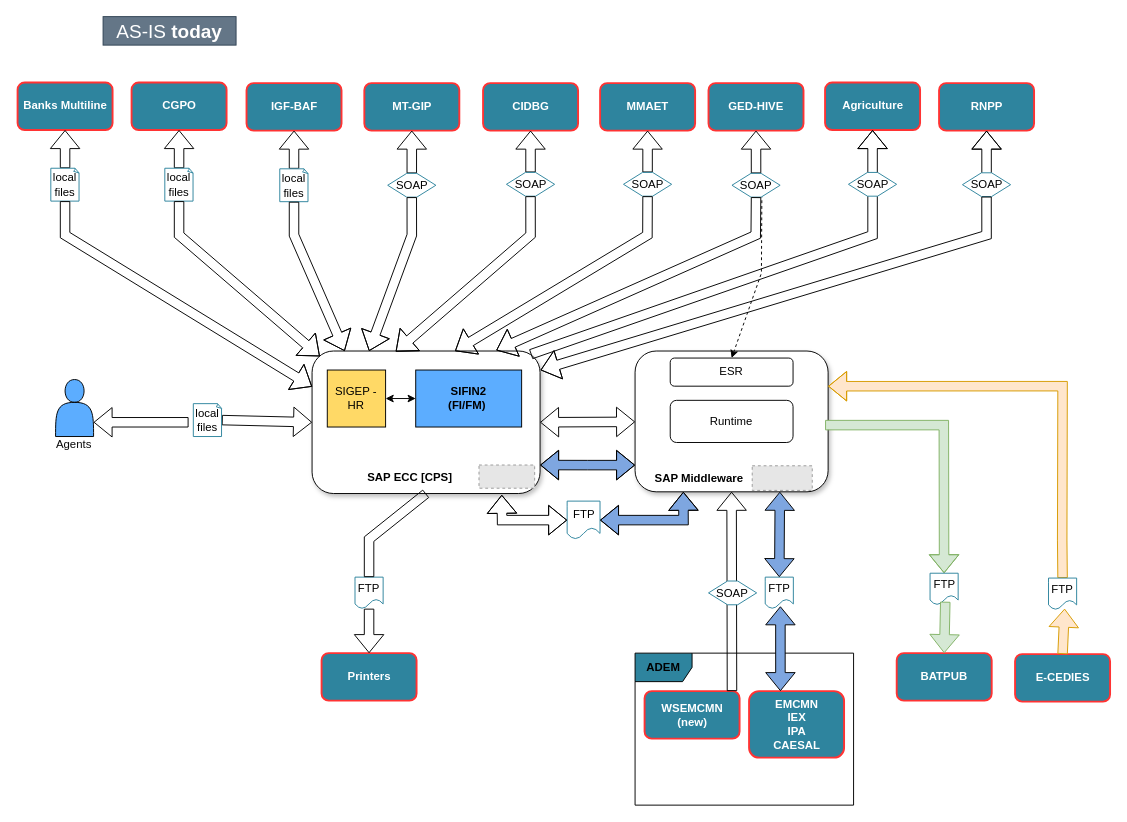
Above: page "AsIs-Detailed" (4 of 6) of my_diagram.drawio in efelman/my_diagrams (draw.io), before the change. Source tidied: cells renumbered, new cells numbered last; positions are measured from the earlier drawing's top-left corner, leaving out a move shared by most shapes. Both pictures are drawn from the tidied source at 95%, with x=0, y=0 at pixel (17, 16). Pictures stored in the file or linked from it are replaced by grey dashed boxes.
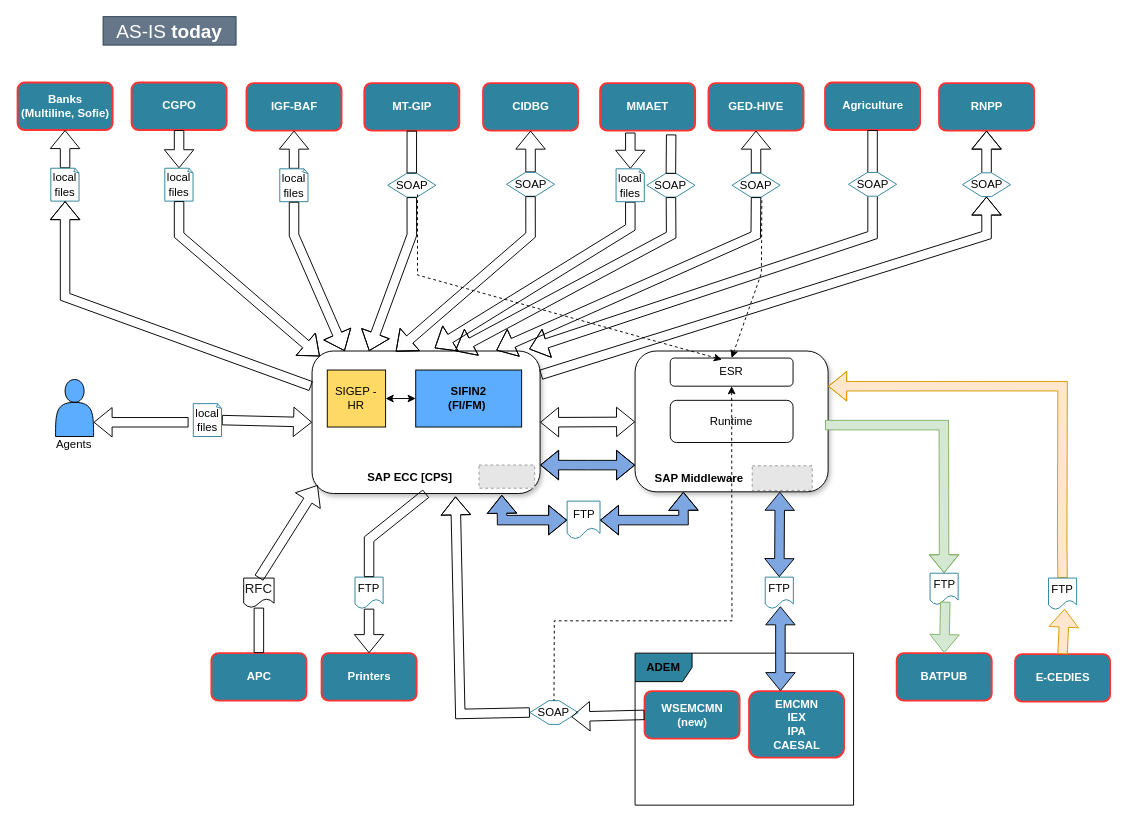
Above is the later version.

Unchanged cells that the change refers to:
```xml
<mxCell id="3" style="group;" parent="1" vertex="1">
  <mxGeometry x="310" y="250" width="550" height="250.2" as="geometry" />
</mxCell>
<mxCell id="5" style="rounded=1;whiteSpace=wrap;html=1;shadow=1;" parent="4" vertex="1">
  <mxGeometry width="203.2" height="148.2" as="geometry" />
</mxCell>
<mxCell id="7" value="ESR" style="rounded=1;whiteSpace=wrap;html=1;" parent="4" vertex="1">
  <mxGeometry x="37" y="7.4" width="129.3" height="29.6" as="geometry" />
</mxCell>
<mxCell id="15" style="rounded=1;whiteSpace=wrap;html=1;shadow=1;glass=0;sketch=0;" parent="14" vertex="1">
  <mxGeometry width="240" height="150" as="geometry" />
</mxCell>
<mxCell id="21" value="&lt;font color=&quot;#ffffff&quot;&gt;MT-GIP&lt;/font&gt;" style="dashed=0;html=1;rounded=1;fillColor=#2E849E;strokeColor=#FF3333;fontSize=12;align=center;fontStyle=1;strokeWidth=2;fontColor=#42526E;" parent="1" vertex="1">
  <mxGeometry x="365" y="70" width="100" height="50" as="geometry" />
</mxCell>
<mxCell id="23" value="SOAP" style="shape=hexagon;perimeter=hexagonPerimeter2;whiteSpace=wrap;html=1;fixedSize=1;strokeColor=#2E849E;" parent="1" vertex="1">
  <mxGeometry x="389.6" y="165" width="50.7" height="25" as="geometry" />
</mxCell>
<mxCell id="32" value="&lt;font color=&quot;#ffffff&quot;&gt;MMAET&lt;/font&gt;" style="dashed=0;html=1;rounded=1;fillColor=#2E849E;strokeColor=#FF3333;fontSize=12;align=center;fontStyle=1;strokeWidth=2;fontColor=#42526E;" parent="1" vertex="1">
  <mxGeometry x="613.2" y="70" width="100" height="50" as="geometry" />
</mxCell>
<mxCell id="36" value="&lt;font color=&quot;#ffffff&quot;&gt;CGPO&lt;/font&gt;" style="dashed=0;html=1;rounded=1;fillColor=#2E849E;strokeColor=#FF3333;fontSize=12;align=center;fontStyle=1;strokeWidth=2;fontColor=#42526E;" parent="1" vertex="1">
  <mxGeometry x="120" y="69.4" width="100" height="50" as="geometry" />
</mxCell>
<mxCell id="38" value="local files" style="whiteSpace=wrap;html=1;shape=mxgraph.basic.document;strokeColor=#2E849E;" parent="1" vertex="1">
  <mxGeometry x="155" y="159.6" width="30" height="34.6" as="geometry" />
</mxCell>
<mxCell id="42" value="local files" style="whiteSpace=wrap;html=1;shape=mxgraph.basic.document;strokeColor=#2E849E;" parent="1" vertex="1">
  <mxGeometry x="35" y="159.6" width="30" height="34.6" as="geometry" />
</mxCell>
<mxCell id="51" value="&lt;font color=&quot;#ffffff&quot;&gt;WSEMCMN&lt;br&gt;(new)&lt;/font&gt;" style="dashed=0;html=1;rounded=1;fillColor=#2E849E;strokeColor=#FF3333;fontSize=12;align=center;fontStyle=1;strokeWidth=2;fontColor=#42526E;" parent="49" vertex="1">
  <mxGeometry x="10" y="40" width="100" height="50" as="geometry" />
</mxCell>
<mxCell id="57" value="&lt;font color=&quot;#ffffff&quot;&gt;Agriculture&lt;/font&gt;" style="dashed=0;html=1;rounded=1;fillColor=#2E849E;strokeColor=#FF3333;fontSize=12;align=center;fontStyle=1;strokeWidth=2;fontColor=#42526E;" parent="1" vertex="1">
  <mxGeometry x="850" y="69.4" width="100" height="50" as="geometry" />
</mxCell>
<mxCell id="61" value="SOAP" style="shape=hexagon;perimeter=hexagonPerimeter2;whiteSpace=wrap;html=1;fixedSize=1;strokeColor=#2E849E;" parent="1" vertex="1">
  <mxGeometry x="994.6" y="164.4" width="50.7" height="25" as="geometry" />
</mxCell>
<mxCell id="70" value="FTP" style="shape=document;whiteSpace=wrap;html=1;boundedLbl=1;fillColor=#FFFFFF;strokeColor=#2E849E;" parent="1" vertex="1">
  <mxGeometry x="578.5" y="510" width="34.6" height="40" as="geometry" />
</mxCell>
```

Change to the diagram source:
```diff
@@
+    <mxCell id="84" style="shape=flexArrow;endArrow=none;startArrow=classic;html=1;rounded=0;fontColor=#FFFFFF;exitX=0.5;exitY=0;exitDx=0;exitDy=0;entryX=0.5;entryY=1;entryDx=0;entryDy=0;entryPerimeter=0;" parent="3" edge="1" target="90">
+      <mxGeometry relative="1" as="geometry">
+        <mxPoint x="129" y="99" as="sourcePoint" />
+        <Array as="points">
+          <mxPoint x="335" y="-28" />
+        </Array>
+      </mxGeometry>
+    </mxCell>
@@
-    <mxCell id="22" style="shape=flexArrow;endArrow=classic;startArrow=none;html=1;rounded=0;fontColor=#FFFFFF;entryX=0.5;entryY=1;entryDx=0;entryDy=0;" parent="1" edge="1" source="23" target="21">
-      <mxGeometry relative="1" as="geometry" />
-    </mxCell>
@@
-    <mxCell id="33" style="shape=flexArrow;endArrow=classic;startArrow=none;html=1;rounded=0;fontColor=#FFFFFF;" parent="1" edge="1" source="34" target="32">
-      <mxGeometry relative="1" as="geometry" />
-    </mxCell>
     <mxCell id="34" value="SOAP" style="shape=hexagon;perimeter=hexagonPerimeter2;whiteSpace=wrap;html=1;fixedSize=1;strokeColor=#2E849E;" parent="1" vertex="1">
-      <mxGeometry x="637.8" y="164" width="50.7" height="25" as="geometry" />
+      <mxGeometry x="662.4" y="165" width="50.7" height="25" as="geometry" />
     </mxCell>
     <mxCell id="35" style="shape=flexArrow;endArrow=none;startArrow=classic;html=1;rounded=0;fontColor=#FFFFFF;entryX=0.5;entryY=1;entryDx=0;entryDy=0;exitX=0.627;exitY=0;exitDx=0;exitDy=0;exitPerimeter=0;" parent="1" edge="1" source="15" target="34">
       <mxGeometry relative="1" as="geometry">
         <Array as="points">
-          <mxPoint x="663" y="230" />
+          <mxPoint x="688" y="230" />
         </Array>
       </mxGeometry>
     </mxCell>
@@
-    <mxCell id="37" style="shape=flexArrow;endArrow=classic;startArrow=none;html=1;rounded=0;fontColor=#FFFFFF;entryX=0.5;entryY=1;entryDx=0;entryDy=0;exitX=0.5;exitY=0;exitDx=0;exitDy=0;exitPerimeter=0;" parent="1" edge="1" source="38" target="36">
+    <mxCell id="37" style="shape=flexArrow;endArrow=classic;startArrow=none;html=1;rounded=0;fontColor=#FFFFFF;exitX=0.5;exitY=1;exitDx=0;exitDy=0;entryX=0.5;entryY=0;entryDx=0;entryDy=0;entryPerimeter=0;" parent="1" edge="1" source="36" target="38">
       <mxGeometry relative="1" as="geometry" />
     </mxCell>
@@
-    <mxCell id="40" value="&lt;font color=&quot;#ffffff&quot;&gt;Banks Multiline&lt;/font&gt;" style="dashed=0;html=1;rounded=1;fillColor=#2E849E;strokeColor=#FF3333;fontSize=12;align=center;fontStyle=1;strokeWidth=2;fontColor=#42526E;" parent="1" vertex="1">
+    <mxCell id="40" value="&lt;font color=&quot;#ffffff&quot;&gt;Banks &lt;br&gt;(Multiline, Sofie)&lt;/font&gt;" style="dashed=0;html=1;rounded=1;fillColor=#2E849E;strokeColor=#FF3333;fontSize=12;align=center;fontStyle=1;strokeWidth=2;fontColor=#42526E;" parent="1" vertex="1">
       <mxGeometry y="69.4" width="100" height="50" as="geometry" />
     </mxCell>
@@
-    <mxCell id="43" style="shape=flexArrow;endArrow=none;startArrow=classic;html=1;rounded=0;fontColor=#FFFFFF;entryX=0.5;entryY=1;entryDx=0;entryDy=0;exitX=0;exitY=0.25;exitDx=0;exitDy=0;" parent="1" edge="1" source="15" target="42">
+    <mxCell id="43" style="shape=flexArrow;endArrow=none;startArrow=classic;html=1;rounded=0;fontColor=#FFFFFF;exitX=0.5;exitY=1;exitDx=0;exitDy=0;exitPerimeter=0;" parent="1" edge="1" source="42">
       <mxGeometry relative="1" as="geometry">
+        <mxPoint x="309" y="389" as="targetPoint" />
         <Array as="points">
-          <mxPoint x="50" y="230" />
+          <mxPoint x="50" y="295" />
         </Array>
       </mxGeometry>
     </mxCell>
@@
-    <mxCell id="58" style="shape=flexArrow;endArrow=classic;html=1;rounded=0;fontColor=#FFFFFF;entryX=0.5;entryY=1;entryDx=0;entryDy=0;exitX=0.959;exitY=0.023;exitDx=0;exitDy=0;exitPerimeter=0;" parent="1" edge="1" source="15" target="57">
+    <mxCell id="58" style="shape=flexArrow;endArrow=classic;html=1;rounded=0;fontColor=#FFFFFF;exitX=0.5;exitY=1;exitDx=0;exitDy=0;entryX=0.952;entryY=-0.013;entryDx=0;entryDy=0;entryPerimeter=0;" parent="1" edge="1" source="57" target="15">
       <mxGeometry relative="1" as="geometry">
         <Array as="points">
           <mxPoint x="900" y="230" />
         </Array>
       </mxGeometry>
     </mxCell>
@@
-    <mxCell id="62" style="shape=flexArrow;endArrow=none;startArrow=classic;html=1;rounded=0;fontColor=#FFFFFF;entryX=0.5;entryY=1;entryDx=0;entryDy=0;exitX=1.002;exitY=0.134;exitDx=0;exitDy=0;exitPerimeter=0;" parent="1" edge="1" source="15" target="61">
+    <mxCell id="62" style="shape=flexArrow;endArrow=none;startArrow=classic;html=1;rounded=0;fontColor=#FFFFFF;exitX=0.5;exitY=1;exitDx=0;exitDy=0;entryX=1.003;entryY=0.167;entryDx=0;entryDy=0;entryPerimeter=0;" parent="1" edge="1" source="61" target="15">
       <mxGeometry relative="1" as="geometry">
         <Array as="points">
           <mxPoint x="1020" y="230" />
         </Array>
       </mxGeometry>
     </mxCell>
@@
-    <mxCell id="72" style="shape=flexArrow;endArrow=classic;html=1;rounded=0;fontColor=#FFFFFF;fillColor=none;entryX=0.5;entryY=1;entryDx=0;entryDy=0;" parent="1" edge="1" target="5">
+    <mxCell id="72" style="shape=flexArrow;endArrow=classic;html=1;rounded=0;fontColor=#FFFFFF;fillColor=none;entryX=0.629;entryY=1.02;entryDx=0;entryDy=0;entryPerimeter=0;startArrow=none;exitX=0;exitY=0.5;exitDx=0;exitDy=0;" parent="1" edge="1" source="73" target="15">
       <mxGeometry relative="1" as="geometry">
-        <mxPoint x="752" y="710" as="sourcePoint" />
+        <Array as="points">
+          <mxPoint x="466" y="734" />
+        </Array>
       </mxGeometry>
     </mxCell>
-    <mxCell id="73" value="SOAP" style="shape=hexagon;perimeter=hexagonPerimeter2;whiteSpace=wrap;html=1;fixedSize=1;strokeColor=#2E849E;" parent="1" vertex="1">
-      <mxGeometry x="727.3" y="594.1" width="50.7" height="25" as="geometry" />
-    </mxCell>
@@
-    <mxCell id="75" style="shape=flexArrow;endArrow=classic;startArrow=classic;html=1;rounded=0;shadow=0;sketch=0;fontSize=12;fontColor=#FFFF66;strokeColor=default;fillColor=none;labelBackgroundColor=#63AAE0;entryX=0;entryY=0.5;entryDx=0;entryDy=0;exitX=0.832;exitY=1.009;exitDx=0;exitDy=0;exitPerimeter=0;" parent="1" edge="1" source="15" target="70">
+    <mxCell id="75" style="shape=flexArrow;endArrow=classic;startArrow=classic;html=1;rounded=0;shadow=0;sketch=0;fontSize=12;fontColor=#FFFF66;strokeColor=default;fillColor=#7EA6E0;labelBackgroundColor=#63AAE0;entryX=0;entryY=0.5;entryDx=0;entryDy=0;exitX=0.832;exitY=1.009;exitDx=0;exitDy=0;exitPerimeter=0;" parent="1" edge="1" source="15" target="70">
       <mxGeometry relative="1" as="geometry">
         <Array as="points">
           <mxPoint x="510" y="530" />
         </Array>
       </mxGeometry>
     </mxCell>
@@
+    <mxCell id="73" value="SOAP" style="shape=hexagon;perimeter=hexagonPerimeter2;whiteSpace=wrap;html=1;fixedSize=1;strokeColor=#2E849E;" parent="1" vertex="1">
+      <mxGeometry x="539.3" y="720" width="50.7" height="25" as="geometry" />
+    </mxCell>
+    <mxCell id="85" style="shape=flexArrow;endArrow=classic;html=1;rounded=0;fontSize=14;fontColor=#FFFFFF;fillColor=none;exitX=0;exitY=0.5;exitDx=0;exitDy=0;entryX=1;entryY=0.75;entryDx=0;entryDy=0;" parent="1" edge="1" source="51" target="73">
+      <mxGeometry relative="1" as="geometry" />
+    </mxCell>
+    <mxCell id="86" style="endArrow=none;dashed=1;html=1;rounded=0;entryX=0.5;entryY=0;entryDx=0;entryDy=0;exitX=0.5;exitY=1;exitDx=0;exitDy=0;startArrow=classic;startFill=1;" parent="1" edge="1" source="7" target="73">
+      <mxGeometry relative="1" as="geometry">
+        <Array as="points">
+          <mxPoint x="752" y="636" />
+          <mxPoint x="565" y="636" />
+        </Array>
+      </mxGeometry>
+    </mxCell>
+    <mxCell id="87" style="endArrow=none;dashed=1;html=1;rounded=0;exitX=0.421;exitY=0.056;exitDx=0;exitDy=0;startArrow=classic;startFill=1;exitPerimeter=0;" parent="1" edge="1" source="7">
+      <mxGeometry relative="1" as="geometry">
+        <mxPoint x="421" y="186" as="targetPoint" />
+        <Array as="points">
+          <mxPoint x="421" y="272" />
+        </Array>
+      </mxGeometry>
+    </mxCell>
+    <mxCell id="88" style="shape=flexArrow;endArrow=none;html=1;rounded=0;fontColor=#FFFFFF;exitX=0.5;exitY=1;exitDx=0;exitDy=0;entryX=0.5;entryY=0;entryDx=0;entryDy=0;" parent="1" edge="1" source="21" target="23">
+      <mxGeometry relative="1" as="geometry" />
+    </mxCell>
+    <mxCell id="89" style="shape=flexArrow;endArrow=classic;startArrow=none;html=1;rounded=0;fontColor=#FFFFFF;entryX=0.5;entryY=0;entryDx=0;entryDy=0;entryPerimeter=0;" parent="1" edge="1" target="90">
+      <mxGeometry relative="1" as="geometry">
+        <mxPoint x="645" y="122" as="sourcePoint" />
+      </mxGeometry>
+    </mxCell>
+    <mxCell id="90" value="local files" style="whiteSpace=wrap;html=1;shape=mxgraph.basic.document;strokeColor=#2E849E;" parent="1" vertex="1">
+      <mxGeometry x="630" y="160.2" width="30" height="34.6" as="geometry" />
+    </mxCell>
+    <mxCell id="91" style="shape=flexArrow;endArrow=none;html=1;rounded=0;fontColor=#FFFFFF;entryX=0.375;entryY=0;entryDx=0;entryDy=0;" parent="1" edge="1">
+      <mxGeometry relative="1" as="geometry">
+        <mxPoint x="688" y="124" as="sourcePoint" />
+        <mxPoint x="687.7" y="165.5" as="targetPoint" />
+      </mxGeometry>
+    </mxCell>
+    <mxCell id="92" value="&lt;font color=&quot;#ffffff&quot;&gt;APC&lt;/font&gt;" style="dashed=0;html=1;rounded=1;fillColor=#2E849E;strokeColor=#FF3333;fontSize=12;align=center;fontStyle=1;strokeWidth=2;fontColor=#42526E;" parent="1" vertex="1">
+      <mxGeometry x="204" y="670" width="100" height="50" as="geometry" />
+    </mxCell>
+    <mxCell id="93" style="shape=flexArrow;endArrow=classic;html=1;rounded=0;fontColor=#FFFFFF;exitX=0.5;exitY=0;exitDx=0;exitDy=0;startArrow=none;" parent="1" edge="1" source="94">
+      <mxGeometry relative="1" as="geometry">
+        <mxPoint x="316" y="493" as="targetPoint" />
+      </mxGeometry>
+    </mxCell>
+    <mxCell id="94" value="&lt;font color=&quot;#191919&quot;&gt;RFC&lt;/font&gt;" style="shape=document;whiteSpace=wrap;html=1;boundedLbl=1;fontSize=14;fontColor=#FFFFFF;fillColor=none;gradientColor=none;" parent="1" vertex="1">
+      <mxGeometry x="238" y="591" width="32" height="31.1" as="geometry" />
+    </mxCell>
+    <mxCell id="95" style="shape=flexArrow;endArrow=none;html=1;rounded=0;fontColor=#FFFFFF;exitX=0.5;exitY=0;exitDx=0;exitDy=0;startArrow=none;" parent="1" edge="1" source="92" target="94">
+      <mxGeometry relative="1" as="geometry" />
+    </mxCell>
```
